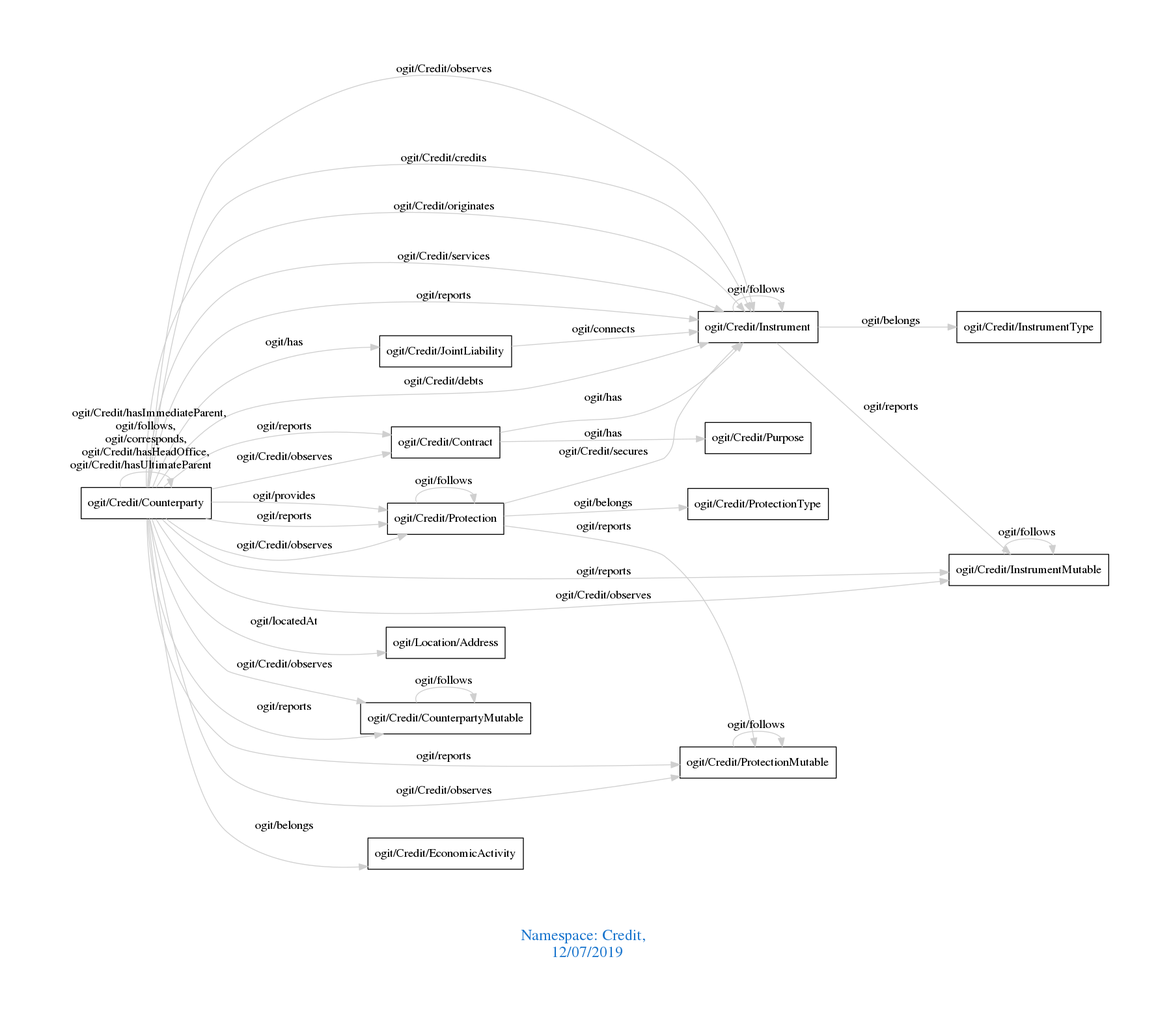
Before: downloads/Credit.png, a diagram exported from Graphviz (arago/OGIT). Its source is kept beside it as downloads/Credit.dot.
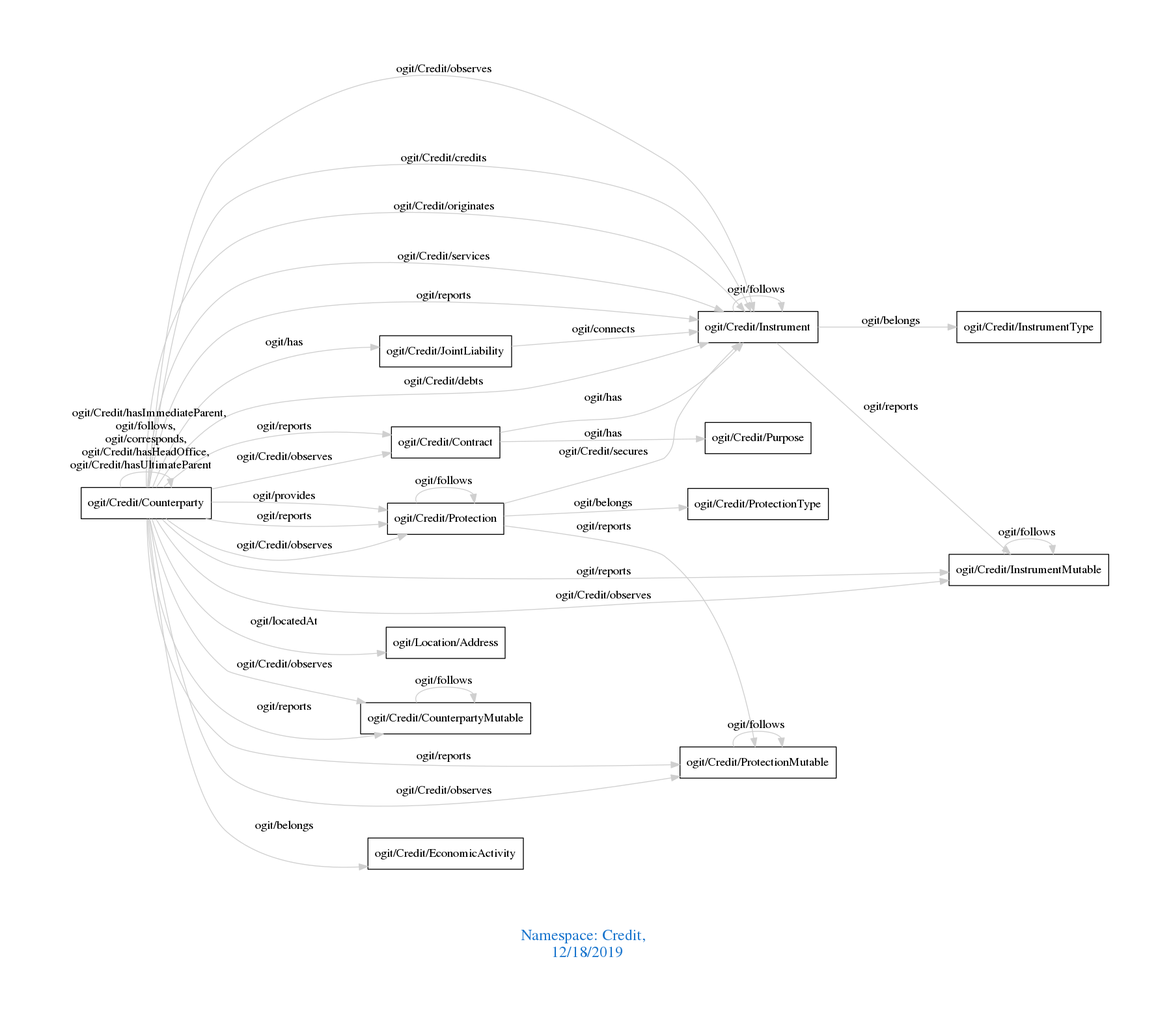
The same diagram one commit later.

The edit, as a diff of the source:
```diff
@@ -1,7 +1,7 @@
 digraph OGIT_ontology {
  graph [ rankdir= LR,pad=1
 fontsize = 18,
-fontcolor= dodgerblue3,label = "\n\n\nNamespace: Credit, \n 12/07/2019"];
+fontcolor= dodgerblue3,label = "\n\n\nNamespace: Credit, \n 12/18/2019"];
 node[shape=polygon];
 edge [  color="gray81"];
 
```
